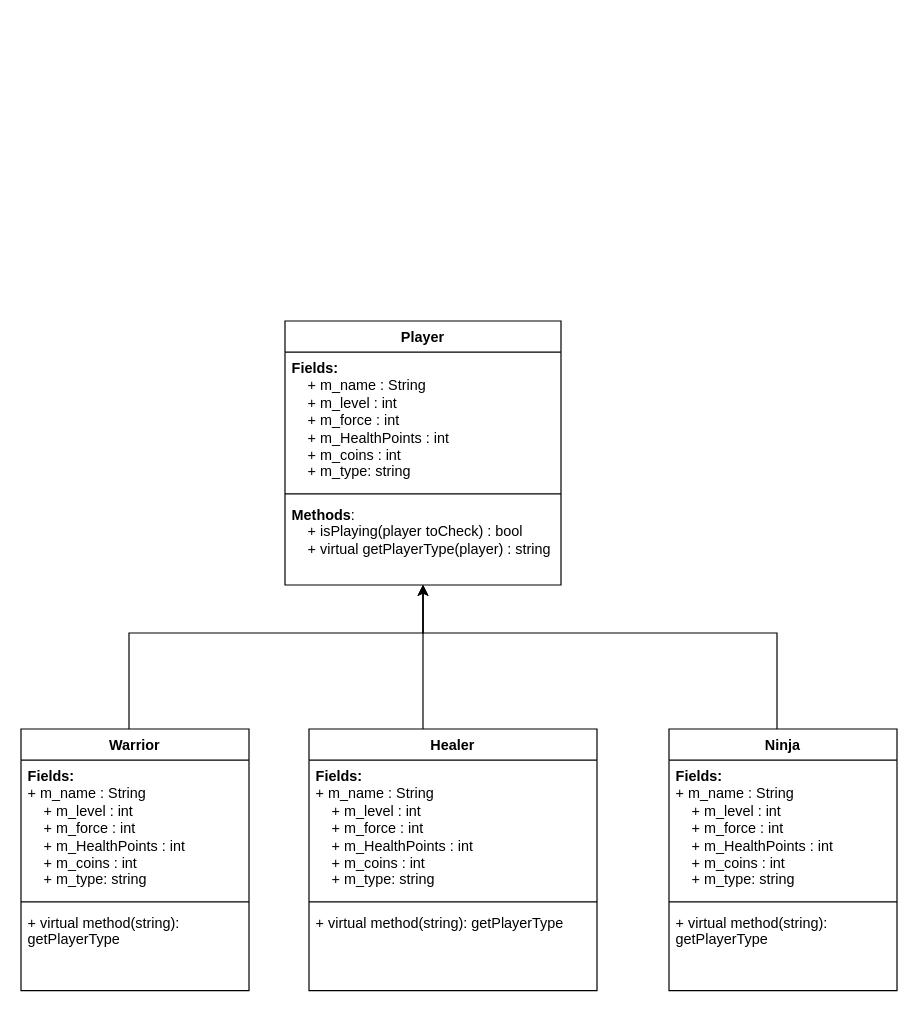
The draw.io diagram page "Player" (2 of 3) of UML.drawio in ayals99/ex4_matam, before the edit. Source tidied: cells renumbered, new cells numbered last; positions are measured from the earlier drawing's top-left corner, leaving out a move shared by most shapes. Both pictures are drawn from the tidied source at 120%, with x=0, y=0 at pixel (20, 320).
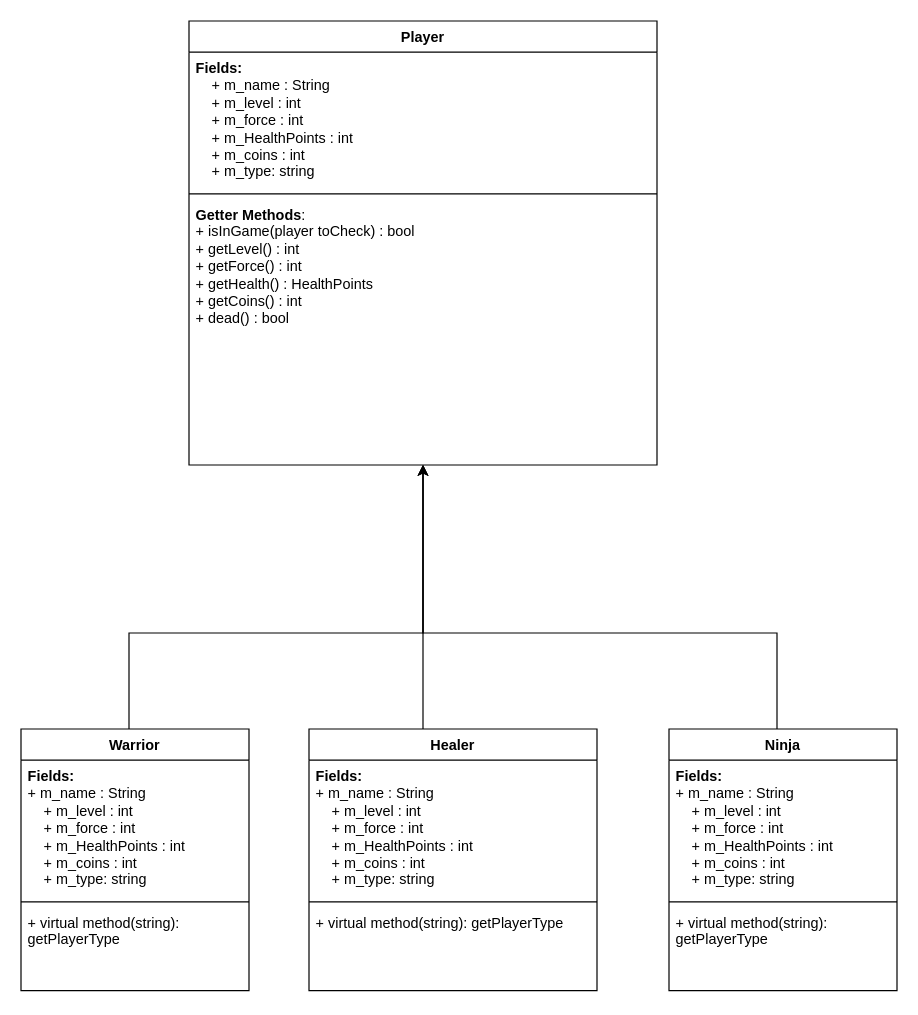
Above is the later version.

The edit, as a diff of the source:
```diff
@@
     <mxCell id="2" value="Player" style="swimlane;fontStyle=1;align=center;verticalAlign=top;horizontal=1;startSize=26;whiteSpace=wrap;html=1;" parent="1" vertex="1">
-      <mxGeometry x="220" width="230" height="220" as="geometry" />
+      <mxGeometry x="140" y="-250" width="390" height="370" as="geometry" />
     </mxCell>
     <mxCell id="3" value="&lt;b&gt;Fields:&lt;/b&gt;&lt;br&gt;&lt;span style=&quot;&quot;&gt;&lt;span style=&quot;white-space: pre;&quot;&gt;&amp;nbsp;&amp;nbsp;&amp;nbsp;&amp;nbsp;&lt;/span&gt;&lt;/span&gt;+ m_name : String&lt;br style=&quot;border-color: var(--border-color);&quot;&gt;&lt;span style=&quot;&quot;&gt;&lt;span style=&quot;white-space: pre;&quot;&gt;&amp;nbsp;&amp;nbsp;&amp;nbsp;&amp;nbsp;&lt;/span&gt;&lt;/span&gt;+ m_level : int&lt;br style=&quot;border-color: var(--border-color);&quot;&gt;&lt;span style=&quot;&quot;&gt;&lt;span style=&quot;white-space: pre;&quot;&gt;&amp;nbsp;&amp;nbsp;&amp;nbsp;&amp;nbsp;&lt;/span&gt;&lt;/span&gt;+ m_force : int&lt;br style=&quot;border-color: var(--border-color);&quot;&gt;&lt;span style=&quot;&quot;&gt;&lt;span style=&quot;white-space: pre;&quot;&gt;&amp;nbsp;&amp;nbsp;&amp;nbsp;&amp;nbsp;&lt;/span&gt;&lt;/span&gt;+ m_HealthPoints : int&lt;br style=&quot;border-color: var(--border-color);&quot;&gt;&lt;span style=&quot;&quot;&gt;&lt;span style=&quot;white-space: pre;&quot;&gt;&amp;nbsp;&amp;nbsp;&amp;nbsp;&amp;nbsp;&lt;/span&gt;&lt;/span&gt;+ m_coins : int&amp;nbsp;&lt;br&gt;&lt;span style=&quot;&quot;&gt;&lt;span style=&quot;white-space: pre;&quot;&gt;&amp;nbsp;&amp;nbsp;&amp;nbsp;&amp;nbsp;&lt;/span&gt;&lt;/span&gt;+ m_type: string" style="text;strokeColor=none;fillColor=none;align=left;verticalAlign=top;spacingLeft=4;spacingRight=4;overflow=hidden;whiteSpace=wrap;html=1;" parent="2" vertex="1">
-      <mxGeometry y="26" width="230" height="114" as="geometry" />
+      <mxGeometry y="26" width="390" height="114" as="geometry" />
     </mxCell>
     <mxCell id="4" style="line;strokeWidth=1;fillColor=none;align=left;verticalAlign=middle;spacingTop=-1;spacingLeft=3;spacingRight=3;labelPosition=right;strokeColor=inherit;" parent="2" vertex="1">
-      <mxGeometry y="140" width="230" height="8" as="geometry" />
+      <mxGeometry y="140" width="390" height="8" as="geometry" />
     </mxCell>
-    <mxCell id="5" value="&lt;b&gt;Methods&lt;/b&gt;:&lt;br&gt;&lt;span style=&quot;&quot;&gt;&lt;span style=&quot;&quot;&gt;&amp;nbsp;&amp;nbsp;&amp;nbsp;&amp;nbsp;&lt;/span&gt;&lt;/span&gt;+ isPlaying(player toCheck) : bool&lt;br&gt;&lt;span style=&quot;&quot;&gt;&lt;span style=&quot;&quot;&gt;&amp;nbsp;&amp;nbsp;&amp;nbsp;&amp;nbsp;&lt;/span&gt;&lt;/span&gt;+ virtual getPlayerType(player) : string" style="text;strokeColor=none;fillColor=none;align=left;verticalAlign=top;spacingLeft=4;spacingRight=4;overflow=hidden;whiteSpace=wrap;html=1;" parent="2" vertex="1">
-      <mxGeometry y="148" width="230" height="72" as="geometry" />
+    <mxCell id="5" value="&lt;b&gt;Getter Methods&lt;/b&gt;:&lt;br&gt;+&amp;nbsp;isInGame&lt;span style=&quot;background-color: initial;&quot;&gt;(player toCheck) : bool&lt;/span&gt;&lt;br&gt;+&amp;nbsp;getLevel() : int&lt;br&gt;+&amp;nbsp;getForce() : int&lt;br&gt;+&amp;nbsp;getHealth() : HealthPoints&lt;br&gt;+&amp;nbsp;getCoins() : int&lt;br&gt;+&amp;nbsp;dead() : bool&lt;br&gt;&lt;br&gt;" style="text;strokeColor=none;fillColor=none;align=left;verticalAlign=top;spacingLeft=4;spacingRight=4;overflow=hidden;whiteSpace=wrap;html=1;" parent="2" vertex="1">
+      <mxGeometry y="148" width="390" height="222" as="geometry" />
     </mxCell>
```
